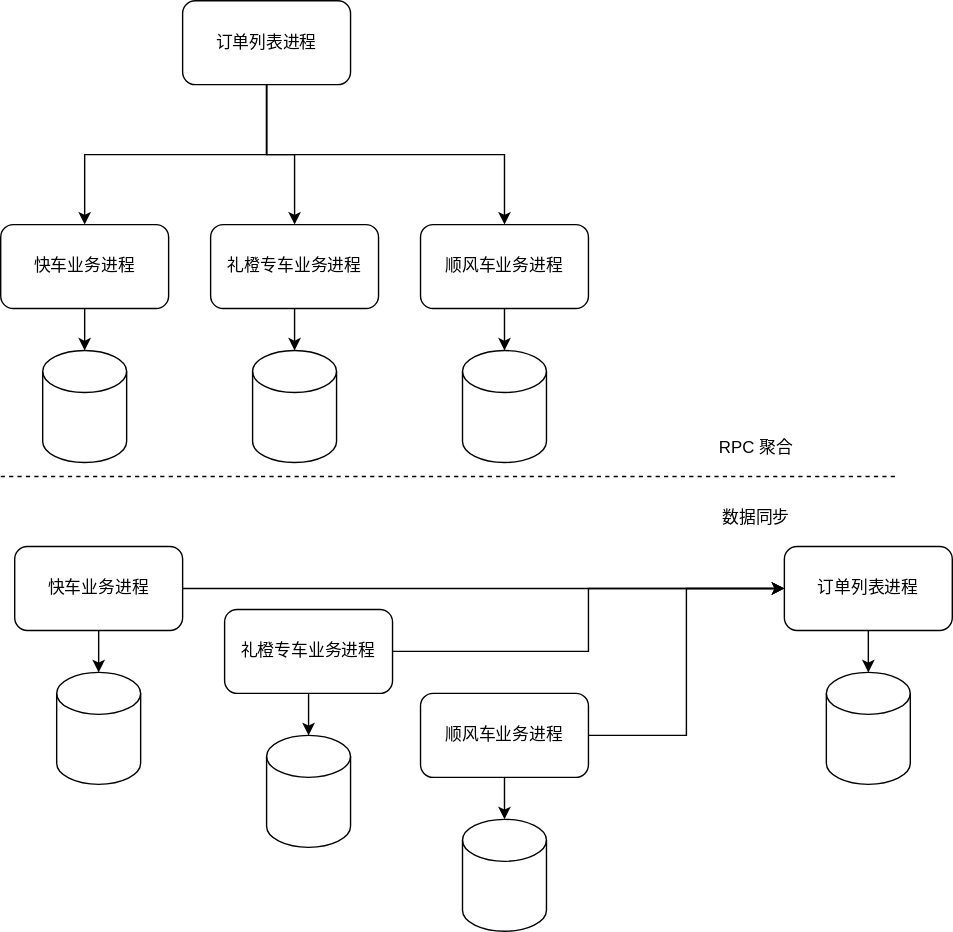
Before: docs/Integration/DiscreteUI/repeated-ui-runtime.drawio.svg, a diagram exported from draw.io (taowen/modularization-examples). Source tidied: cells renumbered, new cells last; positions are measured from the earlier drawing's top-left corner, leaving out a move shared by most shapes. Its diagram source:
```xml
<mxGraphModel>
  <root>
    <mxCell id="0" />
    <mxCell id="1" parent="0" />
    <mxCell id="2" style="edgeStyle=orthogonalEdgeStyle;rounded=0;jettySize=auto;html=1;exitX=0.5;exitY=1;exitDx=0;exitDy=0;" parent="1" edge="1" source="3" target="12">
      <mxGeometry relative="1" as="geometry" />
    </mxCell>
    <mxCell id="3" value="快车业务进程" style="rounded=1;whiteSpace=wrap;html=1;" parent="1" vertex="1">
      <mxGeometry y="160" width="120" height="60" as="geometry" />
    </mxCell>
    <mxCell id="4" style="edgeStyle=orthogonalEdgeStyle;rounded=0;jettySize=auto;html=1;exitX=0.5;exitY=1;exitDx=0;exitDy=0;" parent="1" edge="1" source="5" target="13">
      <mxGeometry relative="1" as="geometry" />
    </mxCell>
    <mxCell id="5" value="礼橙专车业务进程" style="rounded=1;whiteSpace=wrap;html=1;" parent="1" vertex="1">
      <mxGeometry x="150" y="160" width="120" height="60" as="geometry" />
    </mxCell>
    <mxCell id="6" style="edgeStyle=orthogonalEdgeStyle;rounded=0;jettySize=auto;html=1;exitX=0.5;exitY=1;exitDx=0;exitDy=0;" parent="1" edge="1" source="7" target="14">
      <mxGeometry relative="1" as="geometry" />
    </mxCell>
    <mxCell id="7" value="顺风车业务进程" style="rounded=1;whiteSpace=wrap;html=1;" parent="1" vertex="1">
      <mxGeometry x="300" y="160" width="120" height="60" as="geometry" />
    </mxCell>
    <mxCell id="8" style="edgeStyle=orthogonalEdgeStyle;rounded=0;jettySize=auto;html=1;exitX=0.5;exitY=1;exitDx=0;exitDy=0;" parent="1" edge="1" source="11" target="3">
      <mxGeometry relative="1" as="geometry" />
    </mxCell>
    <mxCell id="9" style="edgeStyle=orthogonalEdgeStyle;rounded=0;jettySize=auto;html=1;" parent="1" edge="1" source="11" target="5">
      <mxGeometry relative="1" as="geometry" />
    </mxCell>
    <mxCell id="10" style="edgeStyle=orthogonalEdgeStyle;rounded=0;jettySize=auto;html=1;exitX=0.5;exitY=1;exitDx=0;exitDy=0;" parent="1" edge="1" source="11" target="7">
      <mxGeometry relative="1" as="geometry" />
    </mxCell>
    <mxCell id="11" value="订单列表进程" style="rounded=1;whiteSpace=wrap;html=1;" parent="1" vertex="1">
      <mxGeometry x="130" width="120" height="60" as="geometry" />
    </mxCell>
    <mxCell id="12" style="shape=cylinder3;whiteSpace=wrap;html=1;boundedLbl=1;backgroundOutline=1;size=15;" parent="1" vertex="1">
      <mxGeometry x="30" y="250" width="60" height="80" as="geometry" />
    </mxCell>
    <mxCell id="13" style="shape=cylinder3;whiteSpace=wrap;html=1;boundedLbl=1;backgroundOutline=1;size=15;" parent="1" vertex="1">
      <mxGeometry x="180" y="250" width="60" height="80" as="geometry" />
    </mxCell>
    <mxCell id="14" style="shape=cylinder3;whiteSpace=wrap;html=1;boundedLbl=1;backgroundOutline=1;size=15;" parent="1" vertex="1">
      <mxGeometry x="330" y="250" width="60" height="80" as="geometry" />
    </mxCell>
    <mxCell id="15" style="edgeStyle=orthogonalEdgeStyle;rounded=0;jettySize=auto;html=1;exitX=0.5;exitY=1;exitDx=0;exitDy=0;" parent="1" edge="1" source="17" target="24">
      <mxGeometry relative="1" as="geometry" />
    </mxCell>
    <mxCell id="16" style="edgeStyle=orthogonalEdgeStyle;rounded=0;jettySize=auto;html=1;exitX=1;exitY=0.5;exitDx=0;exitDy=0;entryX=0;entryY=0.5;entryDx=0;entryDy=0;" parent="1" edge="1" source="17" target="28">
      <mxGeometry relative="1" as="geometry" />
    </mxCell>
    <mxCell id="17" value="快车业务进程" style="rounded=1;whiteSpace=wrap;html=1;" parent="1" vertex="1">
      <mxGeometry x="10" y="390" width="120" height="60" as="geometry" />
    </mxCell>
    <mxCell id="18" style="edgeStyle=orthogonalEdgeStyle;rounded=0;jettySize=auto;html=1;exitX=0.5;exitY=1;exitDx=0;exitDy=0;" parent="1" edge="1" source="20" target="25">
      <mxGeometry relative="1" as="geometry" />
    </mxCell>
    <mxCell id="19" style="edgeStyle=orthogonalEdgeStyle;rounded=0;jettySize=auto;html=1;exitX=1;exitY=0.5;exitDx=0;exitDy=0;entryX=0;entryY=0.5;entryDx=0;entryDy=0;" parent="1" edge="1" source="20" target="28">
      <mxGeometry relative="1" as="geometry" />
    </mxCell>
    <mxCell id="20" value="礼橙专车业务进程" style="rounded=1;whiteSpace=wrap;html=1;" parent="1" vertex="1">
      <mxGeometry x="160" y="435" width="120" height="60" as="geometry" />
    </mxCell>
    <mxCell id="21" style="edgeStyle=orthogonalEdgeStyle;rounded=0;jettySize=auto;html=1;exitX=0.5;exitY=1;exitDx=0;exitDy=0;" parent="1" edge="1" source="23" target="26">
      <mxGeometry relative="1" as="geometry" />
    </mxCell>
    <mxCell id="22" style="edgeStyle=orthogonalEdgeStyle;rounded=0;jettySize=auto;html=1;exitX=1;exitY=0.5;exitDx=0;exitDy=0;entryX=0;entryY=0.5;entryDx=0;entryDy=0;" parent="1" edge="1" source="23" target="28">
      <mxGeometry relative="1" as="geometry" />
    </mxCell>
    <mxCell id="23" value="顺风车业务进程" style="rounded=1;whiteSpace=wrap;html=1;" parent="1" vertex="1">
      <mxGeometry x="300" y="495" width="120" height="60" as="geometry" />
    </mxCell>
    <mxCell id="24" style="shape=cylinder3;whiteSpace=wrap;html=1;boundedLbl=1;backgroundOutline=1;size=15;" parent="1" vertex="1">
      <mxGeometry x="40" y="480" width="60" height="80" as="geometry" />
    </mxCell>
    <mxCell id="25" style="shape=cylinder3;whiteSpace=wrap;html=1;boundedLbl=1;backgroundOutline=1;size=15;" parent="1" vertex="1">
      <mxGeometry x="190" y="525" width="60" height="80" as="geometry" />
    </mxCell>
    <mxCell id="26" style="shape=cylinder3;whiteSpace=wrap;html=1;boundedLbl=1;backgroundOutline=1;size=15;" parent="1" vertex="1">
      <mxGeometry x="330" y="585" width="60" height="80" as="geometry" />
    </mxCell>
    <mxCell id="27" style="edgeStyle=orthogonalEdgeStyle;rounded=0;jettySize=auto;html=1;exitX=0.5;exitY=1;exitDx=0;exitDy=0;" parent="1" edge="1" source="28" target="29">
      <mxGeometry relative="1" as="geometry" />
    </mxCell>
    <mxCell id="28" value="订单列表进程" style="rounded=1;whiteSpace=wrap;html=1;" parent="1" vertex="1">
      <mxGeometry x="560" y="390" width="120" height="60" as="geometry" />
    </mxCell>
    <mxCell id="29" style="shape=cylinder3;whiteSpace=wrap;html=1;boundedLbl=1;backgroundOutline=1;size=15;" parent="1" vertex="1">
      <mxGeometry x="590" y="480" width="60" height="80" as="geometry" />
    </mxCell>
    <mxCell id="30" style="endArrow=none;html=1;dashed=1;" parent="1" edge="1">
      <mxGeometry relative="1" as="geometry">
        <mxPoint y="340" as="sourcePoint" />
        <mxPoint x="640" y="340" as="targetPoint" />
      </mxGeometry>
    </mxCell>
    <mxCell id="31" value="RPC 聚合" style="text;html=1;strokeColor=none;fillColor=none;align=center;verticalAlign=middle;whiteSpace=wrap;rounded=0;" parent="1" vertex="1">
      <mxGeometry x="490" y="310" width="100" height="20" as="geometry" />
    </mxCell>
    <mxCell id="32" value="数据同步" style="text;html=1;strokeColor=none;fillColor=none;align=center;verticalAlign=middle;whiteSpace=wrap;rounded=0;" parent="1" vertex="1">
      <mxGeometry x="490" y="360" width="100" height="20" as="geometry" />
    </mxCell>
  </root>
</mxGraphModel>
```
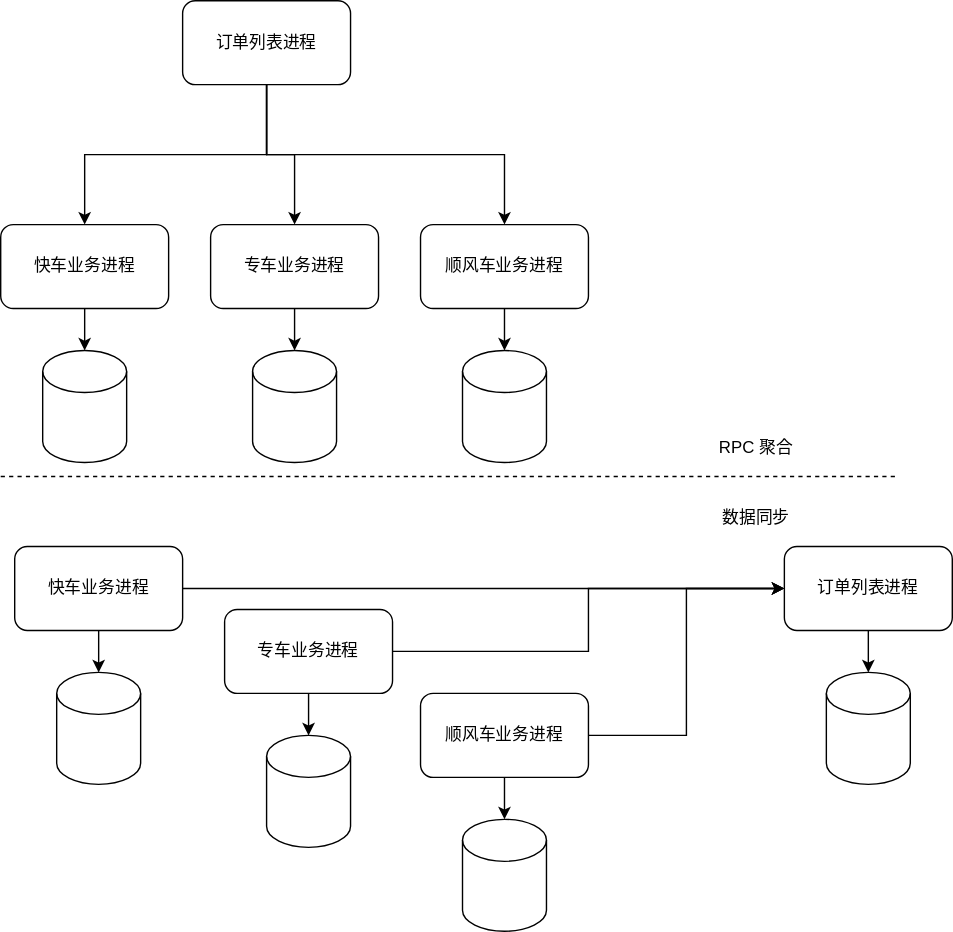
The same file after the commit.

What changed in the source:
```diff
@@ -11,7 +11,7 @@
     <mxCell id="4" style="edgeStyle=orthogonalEdgeStyle;rounded=0;jettySize=auto;html=1;exitX=0.5;exitY=1;exitDx=0;exitDy=0;" parent="1" edge="1" source="5" target="13">
       <mxGeometry relative="1" as="geometry" />
     </mxCell>
-    <mxCell id="5" value="礼橙专车业务进程" style="rounded=1;whiteSpace=wrap;html=1;" parent="1" vertex="1">
+    <mxCell id="5" value="专车业务进程" style="rounded=1;whiteSpace=wrap;html=1;" parent="1" vertex="1">
       <mxGeometry x="150" y="160" width="120" height="60" as="geometry" />
     </mxCell>
     <mxCell id="6" style="edgeStyle=orthogonalEdgeStyle;rounded=0;jettySize=auto;html=1;exitX=0.5;exitY=1;exitDx=0;exitDy=0;" parent="1" edge="1" source="7" target="14">
@@ -56,7 +56,7 @@
     <mxCell id="19" style="edgeStyle=orthogonalEdgeStyle;rounded=0;jettySize=auto;html=1;exitX=1;exitY=0.5;exitDx=0;exitDy=0;entryX=0;entryY=0.5;entryDx=0;entryDy=0;" parent="1" edge="1" source="20" target="28">
       <mxGeometry relative="1" as="geometry" />
     </mxCell>
-    <mxCell id="20" value="礼橙专车业务进程" style="rounded=1;whiteSpace=wrap;html=1;" parent="1" vertex="1">
+    <mxCell id="20" value="专车业务进程" style="rounded=1;whiteSpace=wrap;html=1;" parent="1" vertex="1">
       <mxGeometry x="160" y="435" width="120" height="60" as="geometry" />
     </mxCell>
     <mxCell id="21" style="edgeStyle=orthogonalEdgeStyle;rounded=0;jettySize=auto;html=1;exitX=0.5;exitY=1;exitDx=0;exitDy=0;" parent="1" edge="1" source="23" target="26">
```
